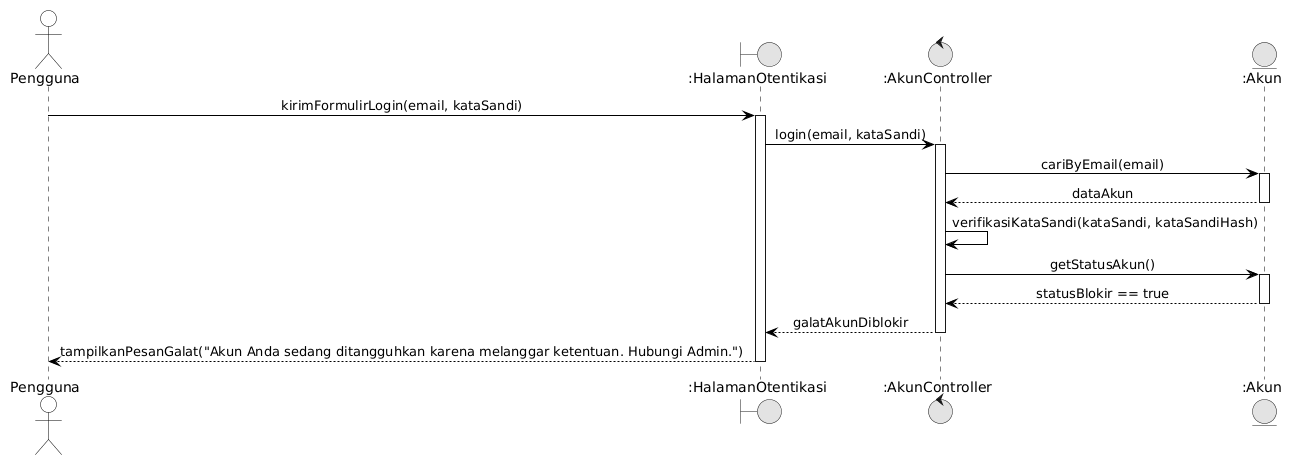
Above: docs/M7/assets/diagram/Sequence_UC03_Alt3.png in ghaniyul/IF2150-RPL-K01-G02 (PlantUML), before the change. Source of this version:
```plantuml
@startuml
skinparam monochrome true
skinparam shadowing false
skinparam defaultFontName Arial
skinparam sequenceMessageAlign center
skinparam backgroundColor #FFFFFF

skinparam participant {
    BackgroundColor #FFFFFF
    BorderColor #000000
}
skinparam actor {
    BackgroundColor #FFFFFF
    BorderColor #000000
}
skinparam sequence {
    LifeLineBackgroundColor #FFFFFF
    LifeLineBorderColor #000000
    ArrowColor #000000
    ActorBorderColor #000000
    ActorBackgroundColor #FFFFFF
    GroupBorderColor #000000
    GroupBackgroundColor #FFFFFF
}

actor "Pengguna" as User
boundary ":HalamanOtentikasi" as UI
control ":AkunController" as Ctrl
entity ":Akun" as Akun

User -> UI: kirimFormulirLogin(email, kataSandi)
activate UI
UI -> Ctrl: login(email, kataSandi)
activate Ctrl
Ctrl -> Akun: cariByEmail(email)
activate Akun
Akun --> Ctrl: dataAkun
deactivate Akun
Ctrl -> Ctrl: verifikasiKataSandi(kataSandi, kataSandiHash)
Ctrl -> Akun: getStatusAkun()
activate Akun
Akun --> Ctrl: statusBlokir == true
deactivate Akun
Ctrl --> UI: galatAkunDiblokir
deactivate Ctrl
UI --> User: tampilkanPesanGalat("Akun Anda sedang ditangguhkan karena melanggar ketentuan. Hubungi Admin.")
deactivate UI
@enduml
```
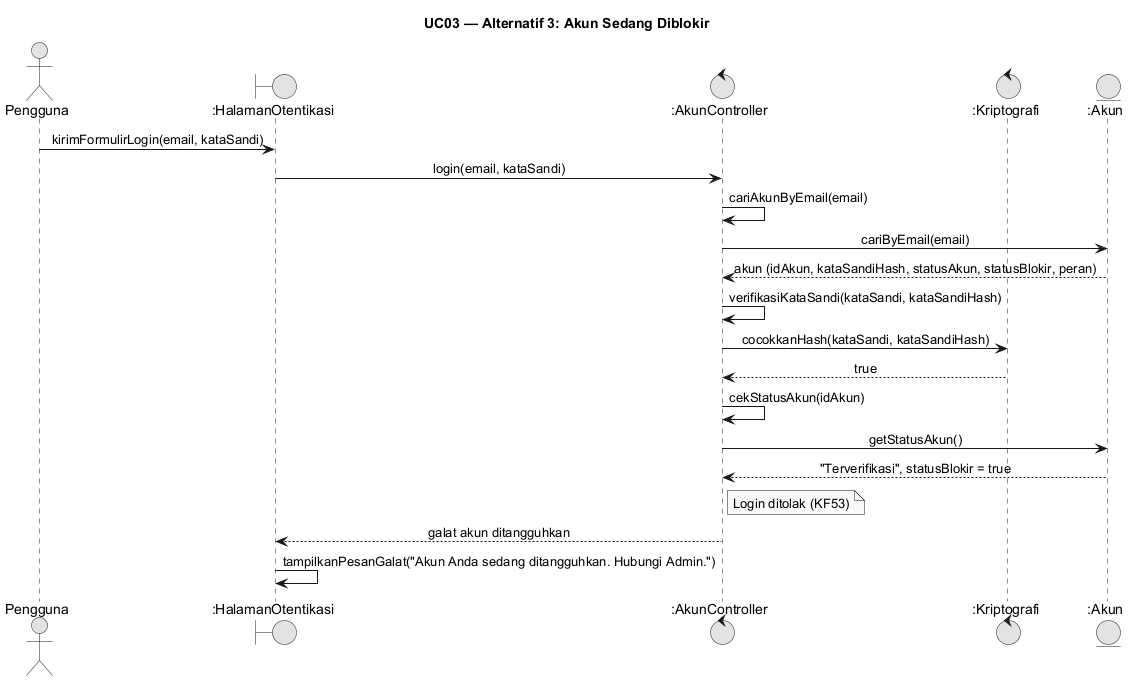
Later version of the same file.

What changed in the source:
```diff
@@ -4,45 +4,25 @@
 skinparam defaultFontName Arial
 skinparam sequenceMessageAlign center
 skinparam backgroundColor #FFFFFF
-
-skinparam participant {
-    BackgroundColor #FFFFFF
-    BorderColor #000000
-}
-skinparam actor {
-    BackgroundColor #FFFFFF
-    BorderColor #000000
-}
-skinparam sequence {
-    LifeLineBackgroundColor #FFFFFF
-    LifeLineBorderColor #000000
-    ArrowColor #000000
-    ActorBorderColor #000000
-    ActorBackgroundColor #FFFFFF
-    GroupBorderColor #000000
-    GroupBackgroundColor #FFFFFF
-}
-
+skinparam responseMessageBelowArrow true
+title UC03 — Alternatif 3: Akun Sedang Diblokir
 actor "Pengguna" as User
-boundary ":HalamanOtentikasi" as UI
-control ":AkunController" as Ctrl
+boundary ":HalamanOtentikasi" as UIo
+control ":AkunController" as AC
+control ":Kriptografi" as Kr
 entity ":Akun" as Akun
-
-User -> UI: kirimFormulirLogin(email, kataSandi)
-activate UI
-UI -> Ctrl: login(email, kataSandi)
-activate Ctrl
-Ctrl -> Akun: cariByEmail(email)
-activate Akun
-Akun --> Ctrl: dataAkun
-deactivate Akun
-Ctrl -> Ctrl: verifikasiKataSandi(kataSandi, kataSandiHash)
-Ctrl -> Akun: getStatusAkun()
-activate Akun
-Akun --> Ctrl: statusBlokir == true
-deactivate Akun
-Ctrl --> UI: galatAkunDiblokir
-deactivate Ctrl
-UI --> User: tampilkanPesanGalat("Akun Anda sedang ditangguhkan karena melanggar ketentuan. Hubungi Admin.")
-deactivate UI
+User -> UIo: kirimFormulirLogin(email, kataSandi)
+UIo -> AC: login(email, kataSandi)
+AC -> AC: cariAkunByEmail(email)
+AC -> Akun: cariByEmail(email)
+Akun --> AC: akun (idAkun, kataSandiHash, statusAkun, statusBlokir, peran)
+AC -> AC: verifikasiKataSandi(kataSandi, kataSandiHash)
+AC -> Kr: cocokkanHash(kataSandi, kataSandiHash)
+Kr --> AC: true
+AC -> AC: cekStatusAkun(idAkun)
+AC -> Akun: getStatusAkun()
+Akun --> AC: "Terverifikasi", statusBlokir = true
+note right of AC: Login ditolak (KF53)
+AC --> UIo: galat akun ditangguhkan
+UIo -> UIo: tampilkanPesanGalat("Akun Anda sedang ditangguhkan. Hubungi Admin.")
 @enduml
```
